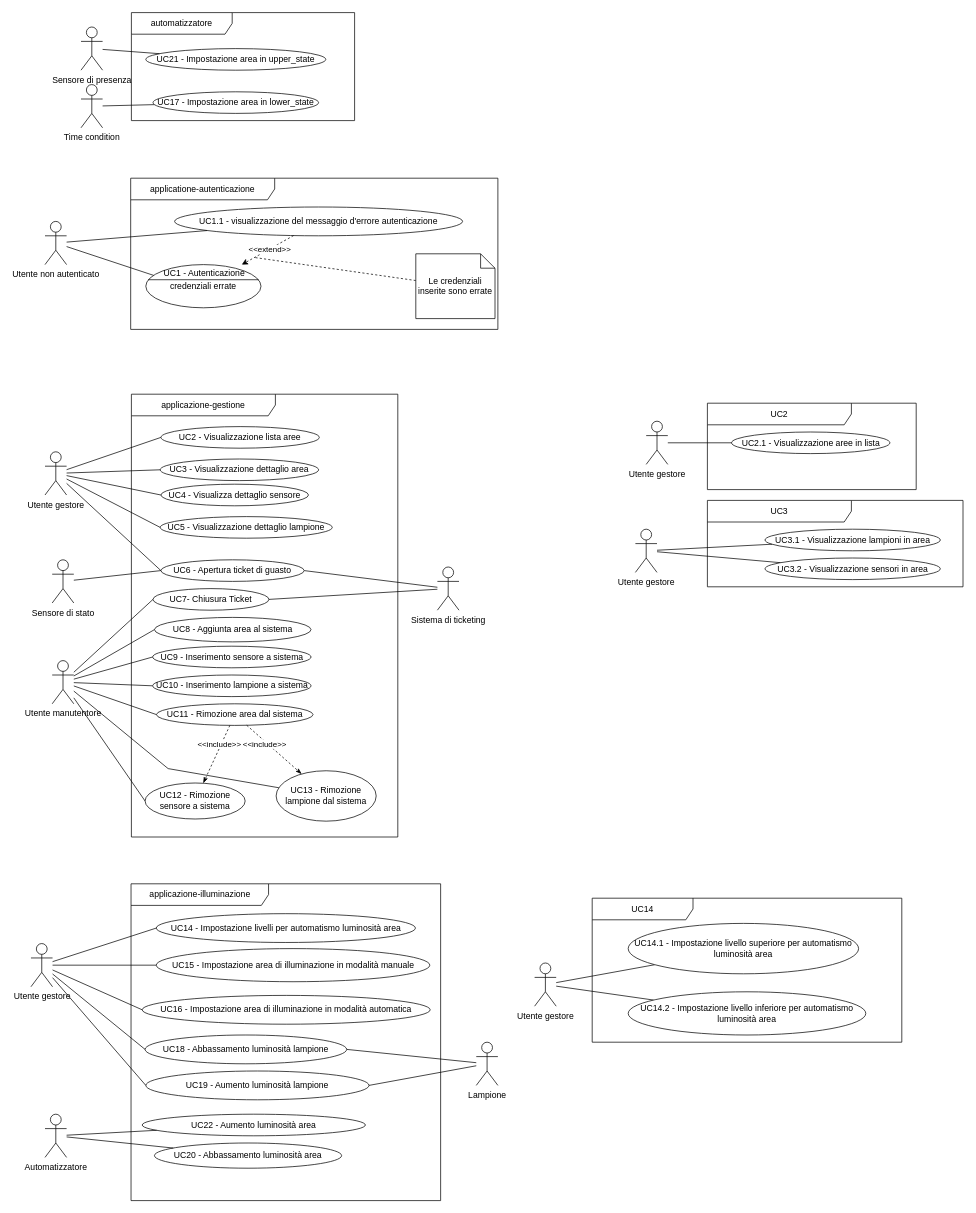
SWEasabi/analisi-dei-requisiti keeps this draw.io diagram as casi_uso_grafici.drawio. Above is the earlier version. Source tidied: cells renumbered, new cells numbered last; positions are measured from the earlier drawing's top-left corner, leaving out a move shared by most shapes. Both pictures are drawn from the tidied source at 72%, with x=0, y=0 at pixel (30, 12).
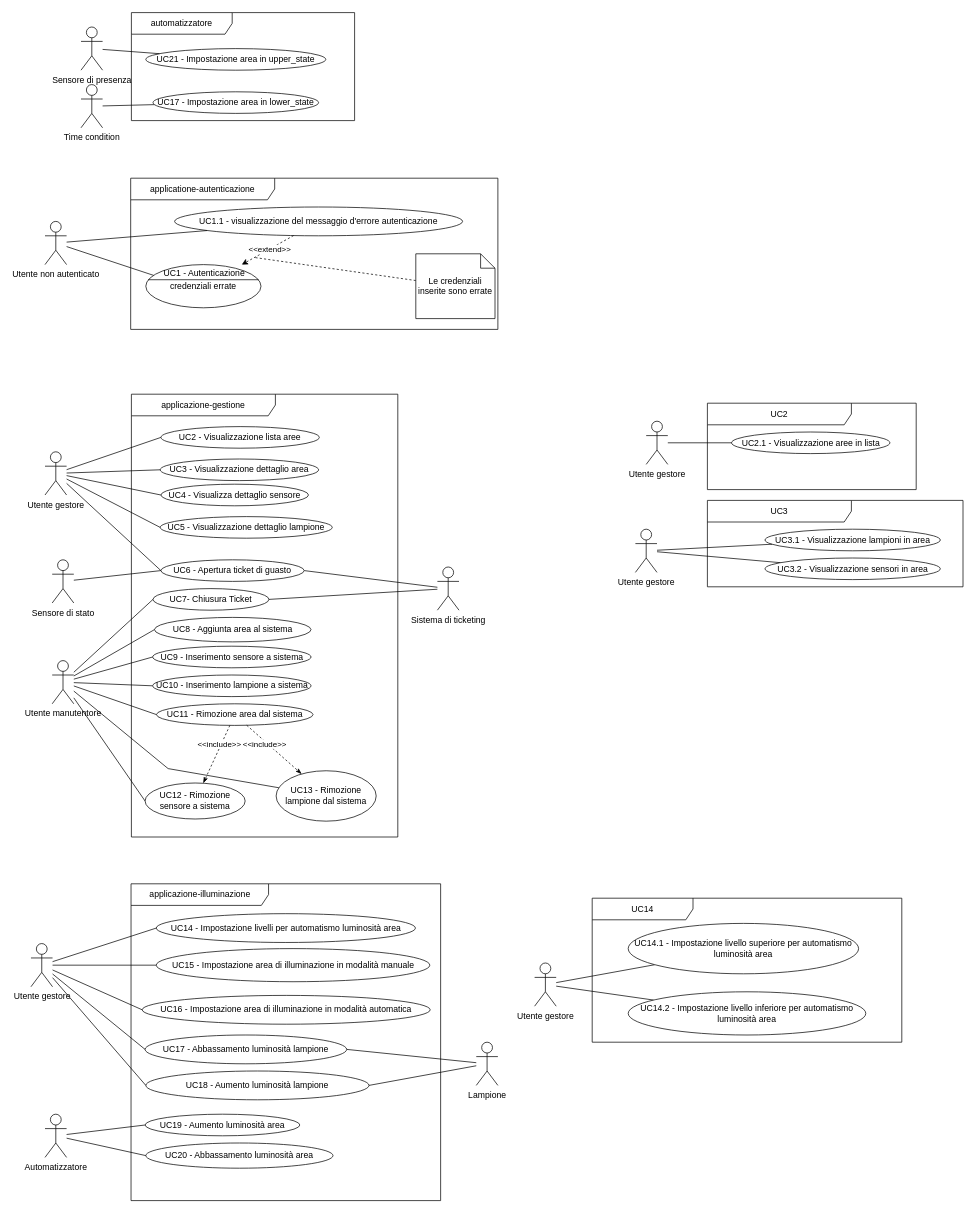
Above is the later version.

Commit message:
Finalizzati gli id degli uc

Unchanged cells that the change refers to:
```xml
<mxCell id="59" value="Automatizzatore" style="shape=umlActor;verticalLabelPosition=bottom;verticalAlign=top;html=1;outlineConnect=0;" parent="1" vertex="1">
  <mxGeometry x="20" y="1530" width="30" height="60" as="geometry" />
</mxCell>
```

Change to the diagram source:
```diff
@@
-    <mxCell id="49" value="UC19 - Aumento luminosità lampione" style="ellipse;whiteSpace=wrap;html=1;" parent="1" vertex="1">
+    <mxCell id="49" value="UC18 - Aumento luminosità lampione" style="ellipse;whiteSpace=wrap;html=1;" parent="1" vertex="1">
       <mxGeometry x="160" y="1470" width="310" height="40" as="geometry" />
     </mxCell>
-    <mxCell id="50" value="UC22 - Aumento luminosità area" style="ellipse;whiteSpace=wrap;html=1;gradientColor=none;" parent="1" vertex="1">
-      <mxGeometry x="155" y="1530" width="310" height="30" as="geometry" />
+    <mxCell id="50" value="UC19 - Aumento luminosità area" style="ellipse;whiteSpace=wrap;html=1;gradientColor=none;" parent="1" vertex="1">
+      <mxGeometry x="159" y="1530" width="215" height="30" as="geometry" />
     </mxCell>
@@
-    <mxCell id="52" value="UC18 - Abbassamento luminosità lampione" style="ellipse;whiteSpace=wrap;html=1;" parent="1" vertex="1">
+    <mxCell id="52" value="UC17 - Abbassamento luminosità lampione" style="ellipse;whiteSpace=wrap;html=1;" parent="1" vertex="1">
       <mxGeometry x="159" y="1420" width="280" height="40" as="geometry" />
     </mxCell>
     <mxCell id="53" value="UC20 - Abbassamento luminosità area" style="ellipse;whiteSpace=wrap;html=1;" parent="1" vertex="1">
-      <mxGeometry x="172" y="1570" width="260" height="35" as="geometry" />
+      <mxGeometry x="160" y="1570" width="260" height="35" as="geometry" />
     </mxCell>
@@
-    <mxCell id="57" style="edgeStyle=none;html=1;endArrow=none;endFill=0;" parent="1" edge="1" source="59" target="50">
+    <mxCell id="57" style="edgeStyle=none;html=1;endArrow=none;endFill=0;entryX=0;entryY=0.5;entryDx=0;entryDy=0;" parent="1" edge="1" source="59" target="50">
       <mxGeometry relative="1" as="geometry" />
     </mxCell>
-    <mxCell id="58" style="edgeStyle=none;html=1;endArrow=none;endFill=0;" parent="1" edge="1" source="59" target="53">
+    <mxCell id="58" style="edgeStyle=none;html=1;endArrow=none;endFill=0;entryX=0;entryY=0.5;entryDx=0;entryDy=0;" parent="1" edge="1" source="59" target="53">
       <mxGeometry relative="1" as="geometry" />
     </mxCell>
```
